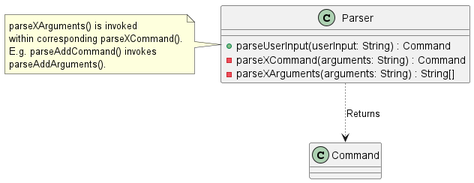
The PlantUML diagram docs/static/ParserClassDiagram.png in nus-cs2113-AY2223S2/tp, before a commit.
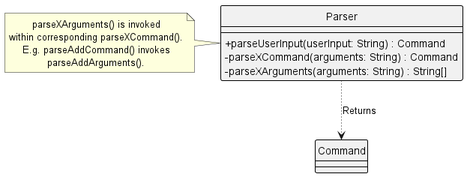
After the commit.

The edit, as a diff of the source:
```diff
@@ -1,5 +1,6 @@
 @startuml
-scale 2
+!include Style.puml
+
 class Parser {
     +parseUserInput(userInput: String) : Command
     -parseXCommand(arguments: String) : Command
```
